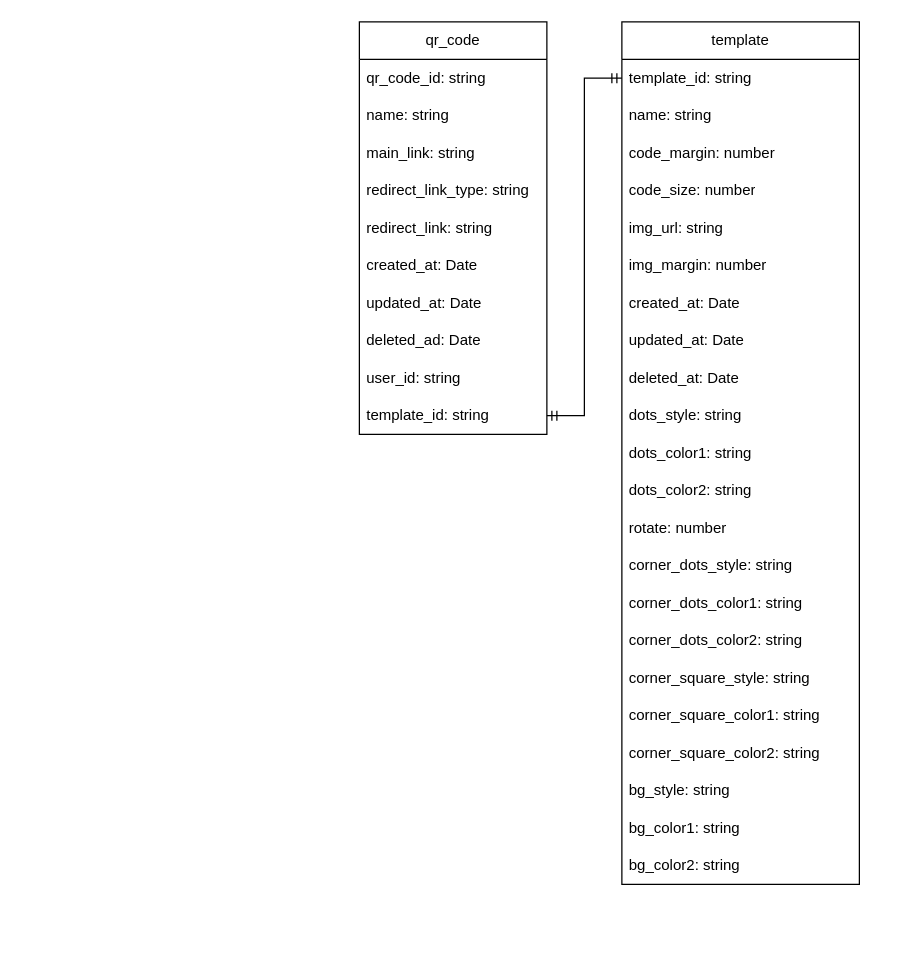
Before: Диаграмма без названия.drawio in KlimBirukov/diagrams, a draw.io diagram. Source tidied: cells renumbered, new cells numbered last; positions are measured from the earlier drawing's top-left corner, leaving out a move shared by most shapes. Both pictures are drawn from the tidied source at 125%, with x=0, y=0 at pixel (359, 21).
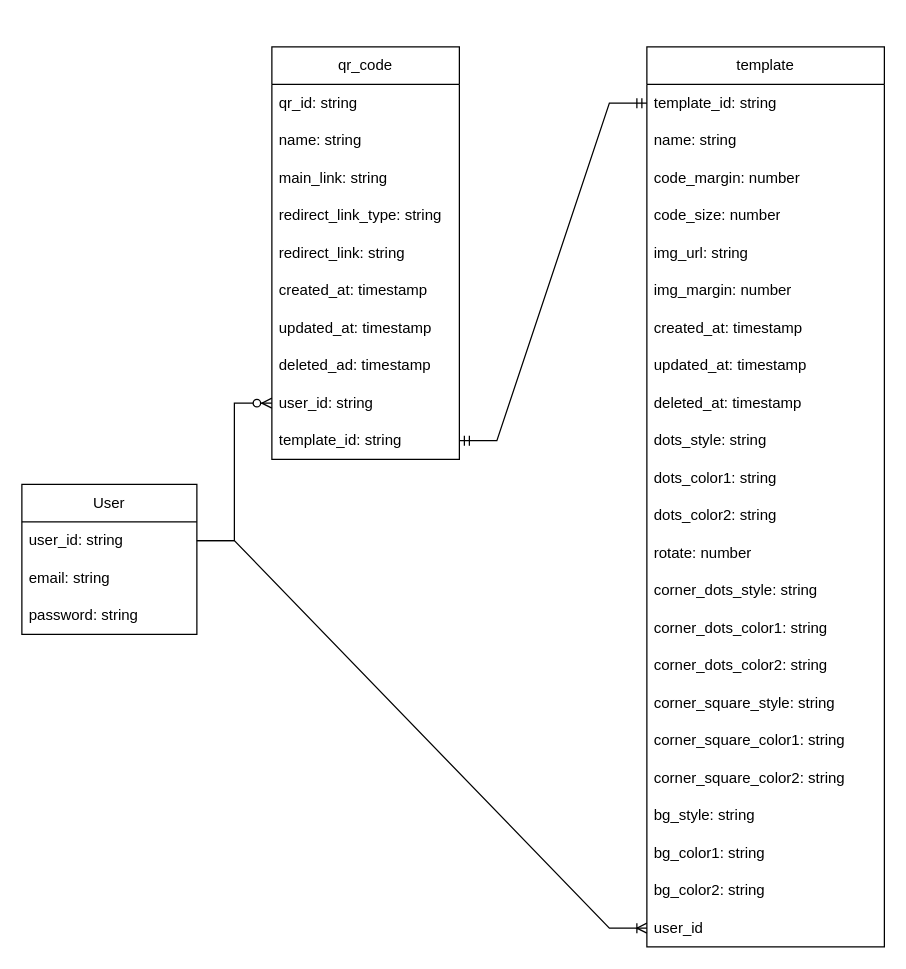
The same page after the edit.

Commit message:
Added user tb, timestamp instead Date

Unchanged cells that the change refers to:
```xml
<mxCell id="11" value="user_id: string" style="text;strokeColor=none;fillColor=none;align=left;verticalAlign=middle;spacingLeft=4;spacingRight=4;overflow=hidden;points=[[0,0.5],[1,0.5]];portConstraint=eastwest;whiteSpace=wrap;html=1;" parent="2" vertex="1">
  <mxGeometry y="270" width="150" height="30" as="geometry" />
</mxCell>
```

Diff of the diagram source:
```diff
@@
     <mxCell id="2" value="qr_code" style="swimlane;fontStyle=0;horizontal=1;startSize=30;whiteSpace=wrap;html=1;" parent="1" vertex="1">
-      <mxGeometry width="150" height="330" as="geometry" />
+      <mxGeometry x="-70" y="20" width="150" height="330" as="geometry" />
     </mxCell>
-    <mxCell id="3" value="qr_code_id: string" style="text;strokeColor=none;fillColor=none;align=left;verticalAlign=middle;spacingLeft=4;spacingRight=4;overflow=hidden;whiteSpace=wrap;html=1;" parent="2" vertex="1">
+    <mxCell id="3" value="qr_id: string" style="text;strokeColor=none;fillColor=none;align=left;verticalAlign=middle;spacingLeft=4;spacingRight=4;overflow=hidden;whiteSpace=wrap;html=1;" parent="2" vertex="1">
       <mxGeometry y="30" width="150" height="30" as="geometry" />
     </mxCell>
@@
-    <mxCell id="8" value="created_at: Date" style="text;strokeColor=none;fillColor=none;align=left;verticalAlign=middle;spacingLeft=4;spacingRight=4;overflow=hidden;whiteSpace=wrap;html=1;" parent="2" vertex="1">
+    <mxCell id="8" value="created_at: timestamp" style="text;strokeColor=none;fillColor=none;align=left;verticalAlign=middle;spacingLeft=4;spacingRight=4;overflow=hidden;whiteSpace=wrap;html=1;" parent="2" vertex="1">
       <mxGeometry y="180" width="150" height="30" as="geometry" />
     </mxCell>
-    <mxCell id="9" value="updated_at: Date" style="text;strokeColor=none;fillColor=none;align=left;verticalAlign=middle;spacingLeft=4;spacingRight=4;overflow=hidden;whiteSpace=wrap;html=1;" parent="2" vertex="1">
+    <mxCell id="9" value="updated_at: timestamp" style="text;strokeColor=none;fillColor=none;align=left;verticalAlign=middle;spacingLeft=4;spacingRight=4;overflow=hidden;whiteSpace=wrap;html=1;" parent="2" vertex="1">
       <mxGeometry y="210" width="150" height="30" as="geometry" />
     </mxCell>
-    <mxCell id="10" value="deleted_ad: Date" style="text;strokeColor=none;fillColor=none;align=left;verticalAlign=middle;spacingLeft=4;spacingRight=4;overflow=hidden;whiteSpace=wrap;html=1;" parent="2" vertex="1">
+    <mxCell id="10" value="deleted_ad: timestamp" style="text;strokeColor=none;fillColor=none;align=left;verticalAlign=middle;spacingLeft=4;spacingRight=4;overflow=hidden;whiteSpace=wrap;html=1;" parent="2" vertex="1">
       <mxGeometry y="240" width="150" height="30" as="geometry" />
     </mxCell>
@@
     <mxCell id="13" value="template" style="swimlane;fontStyle=0;horizontal=1;startSize=30;whiteSpace=wrap;html=1;" parent="1" vertex="1">
-      <mxGeometry x="210" width="190" height="690" as="geometry" />
+      <mxGeometry x="230" y="20" width="190" height="720" as="geometry" />
     </mxCell>
@@
-    <mxCell id="20" value="created_at: Date" style="text;strokeColor=none;fillColor=none;align=left;verticalAlign=middle;spacingLeft=4;spacingRight=4;overflow=hidden;whiteSpace=wrap;html=1;" parent="13" vertex="1">
+    <mxCell id="20" value="created_at: timestamp" style="text;strokeColor=none;fillColor=none;align=left;verticalAlign=middle;spacingLeft=4;spacingRight=4;overflow=hidden;whiteSpace=wrap;html=1;" parent="13" vertex="1">
       <mxGeometry y="210" width="190" height="30" as="geometry" />
     </mxCell>
-    <mxCell id="21" value="updated_at: Date" style="text;strokeColor=none;fillColor=none;align=left;verticalAlign=middle;spacingLeft=4;spacingRight=4;overflow=hidden;whiteSpace=wrap;html=1;" parent="13" vertex="1">
+    <mxCell id="21" value="updated_at: timestamp" style="text;strokeColor=none;fillColor=none;align=left;verticalAlign=middle;spacingLeft=4;spacingRight=4;overflow=hidden;whiteSpace=wrap;html=1;" parent="13" vertex="1">
       <mxGeometry y="240" width="190" height="30" as="geometry" />
     </mxCell>
-    <mxCell id="22" value="deleted_at: Date" style="text;strokeColor=none;fillColor=none;align=left;verticalAlign=middle;spacingLeft=4;spacingRight=4;overflow=hidden;whiteSpace=wrap;html=1;" parent="13" vertex="1">
+    <mxCell id="22" value="deleted_at: timestamp" style="text;strokeColor=none;fillColor=none;align=left;verticalAlign=middle;spacingLeft=4;spacingRight=4;overflow=hidden;whiteSpace=wrap;html=1;" parent="13" vertex="1">
       <mxGeometry y="270" width="190" height="30" as="geometry" />
     </mxCell>
@@
+    <mxCell id="37" value="user_id" style="text;strokeColor=none;fillColor=none;align=left;verticalAlign=middle;spacingLeft=4;spacingRight=4;overflow=hidden;points=[[0,0.5],[1,0.5]];portConstraint=eastwest;whiteSpace=wrap;html=1;" parent="13" vertex="1">
+      <mxGeometry y="690" width="190" height="30" as="geometry" />
+    </mxCell>
@@
+    <mxCell id="38" value="User" style="swimlane;fontStyle=0;horizontal=1;startSize=30;whiteSpace=wrap;html=1;" parent="1" vertex="1">
+      <mxGeometry x="-270" y="370" width="140" height="120" as="geometry" />
+    </mxCell>
+    <mxCell id="39" value="user_id: string" style="text;strokeColor=none;fillColor=none;align=left;verticalAlign=middle;spacingLeft=4;spacingRight=4;overflow=hidden;points=[[0,0.5],[1,0.5]];portConstraint=eastwest;whiteSpace=wrap;html=1;" parent="38" vertex="1">
+      <mxGeometry y="30" width="140" height="30" as="geometry" />
+    </mxCell>
+    <mxCell id="40" value="email: string" style="text;strokeColor=none;fillColor=none;align=left;verticalAlign=middle;spacingLeft=4;spacingRight=4;overflow=hidden;whiteSpace=wrap;html=1;" parent="38" vertex="1">
+      <mxGeometry y="60" width="140" height="30" as="geometry" />
+    </mxCell>
+    <mxCell id="41" value="password: string" style="text;strokeColor=none;fillColor=none;align=left;verticalAlign=middle;spacingLeft=4;spacingRight=4;overflow=hidden;whiteSpace=wrap;html=1;" parent="38" vertex="1">
+      <mxGeometry y="90" width="140" height="30" as="geometry" />
+    </mxCell>
+    <mxCell id="42" style="edgeStyle=entityRelationEdgeStyle;fontSize=12;html=1;endArrow=ERzeroToMany;endFill=1;rounded=0;exitX=1;exitY=0.5;exitDx=0;exitDy=0;entryX=0;entryY=0.5;entryDx=0;entryDy=0;" parent="1" edge="1" source="39" target="11">
+      <mxGeometry relative="1" as="geometry" />
+    </mxCell>
+    <mxCell id="43" style="edgeStyle=entityRelationEdgeStyle;fontSize=12;html=1;endArrow=ERoneToMany;rounded=0;exitX=1;exitY=0.5;exitDx=0;exitDy=0;entryX=0;entryY=0.5;entryDx=0;entryDy=0;" parent="1" edge="1" source="39" target="37">
+      <mxGeometry relative="1" as="geometry" />
+    </mxCell>
```
